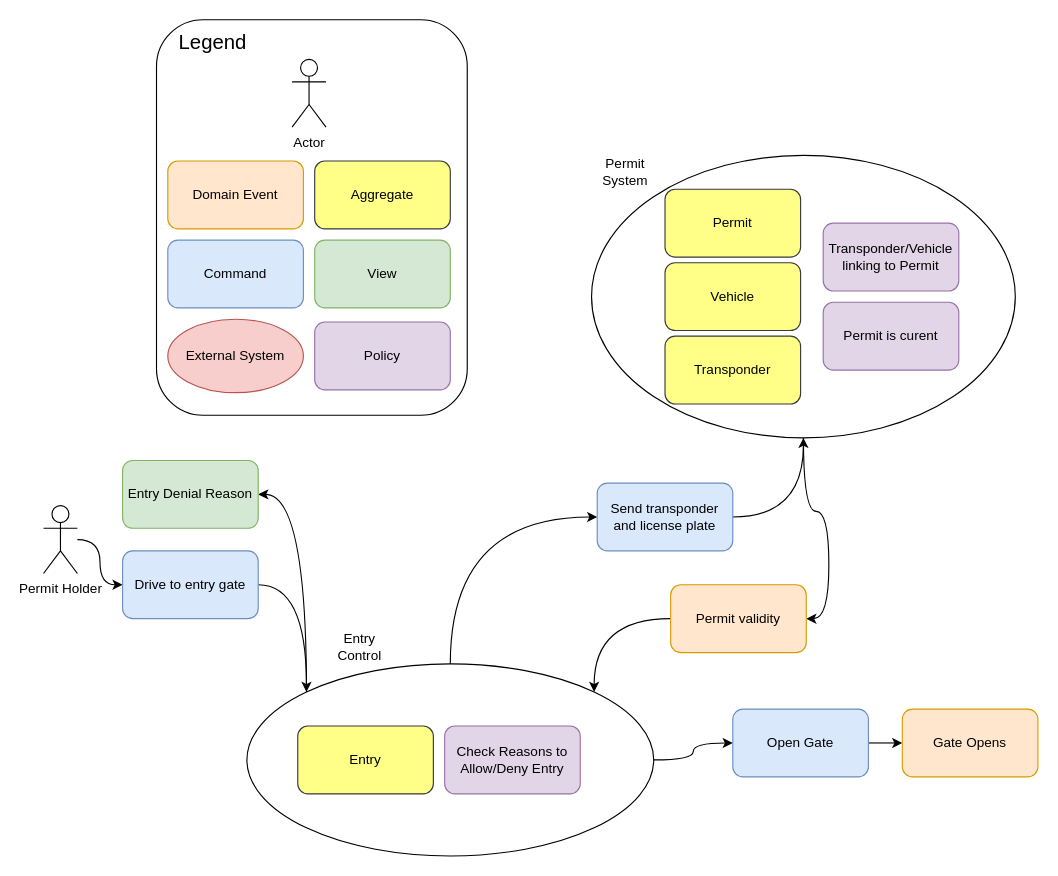
Earlier version of the draw.io diagram Actualmvp.drawio (harwoodr/drawio). Source tidied: cells renumbered, new cells numbered last; positions are measured from the earlier drawing's top-left corner, leaving out a move shared by most shapes. Both pictures are drawn from the tidied source at 113%, with x=0, y=0 at pixel (43, 19).
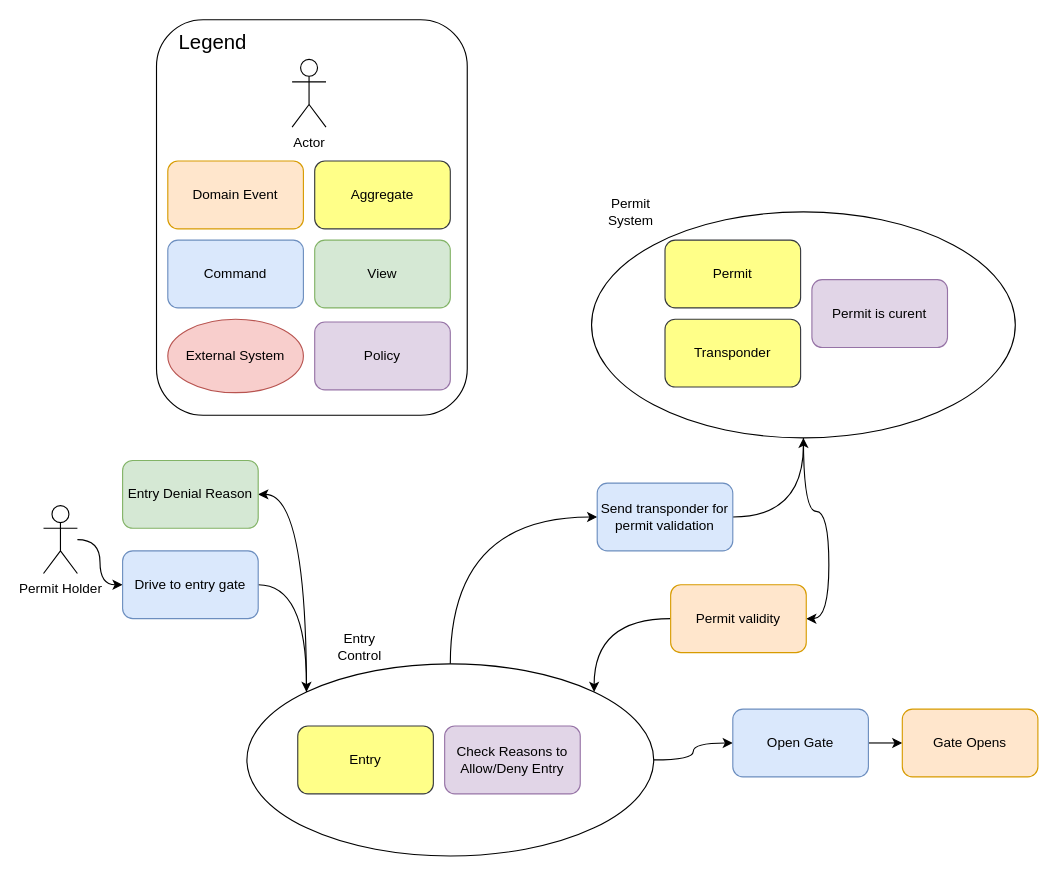
Above is the later version.

The edit, as a diff of the source:
```diff
@@
     <mxCell id="3" style="ellipse;whiteSpace=wrap;html=1;fillColor=none;rounded=1;" parent="1" vertex="1">
-      <mxGeometry x="485" y="120" width="375" height="250" as="geometry" />
+      <mxGeometry x="485" y="170" width="375" height="200" as="geometry" />
     </mxCell>
@@
-    <mxCell id="17" value="Send transponder and license plate" style="rounded=1;whiteSpace=wrap;html=1;fillColor=#dae8fc;strokeColor=#6c8ebf;" parent="1" vertex="1">
+    <mxCell id="17" value="Send transponder for permit validation" style="rounded=1;whiteSpace=wrap;html=1;fillColor=#dae8fc;strokeColor=#6c8ebf;" parent="1" vertex="1">
       <mxGeometry x="490" y="410" width="120" height="60" as="geometry" />
     </mxCell>
@@
     <mxCell id="20" value="Permit" style="rounded=1;whiteSpace=wrap;html=1;fillColor=#ffff88;strokeColor=#36393d;" parent="1" vertex="1">
-      <mxGeometry x="550" y="150" width="120" height="60" as="geometry" />
+      <mxGeometry x="550" y="195" width="120" height="60" as="geometry" />
     </mxCell>
@@
-    <mxCell id="22" value="Transponder/Vehicle linking to Permit" style="rounded=1;whiteSpace=wrap;html=1;fillColor=#e1d5e7;strokeColor=#9673a6;" parent="1" vertex="1">
-      <mxGeometry x="690" y="180" width="120" height="60" as="geometry" />
-    </mxCell>
@@
-    <mxCell id="25" value="&lt;div&gt;Vehicle&lt;/div&gt;" style="rounded=1;whiteSpace=wrap;html=1;fillColor=#ffff88;strokeColor=#36393d;" parent="1" vertex="1">
-      <mxGeometry x="550" y="215" width="120" height="60" as="geometry" />
-    </mxCell>
     <mxCell id="26" value="Transponder" style="rounded=1;whiteSpace=wrap;html=1;fillColor=#ffff88;strokeColor=#36393d;" parent="1" vertex="1">
-      <mxGeometry x="550" y="280" width="120" height="60" as="geometry" />
+      <mxGeometry x="550" y="265" width="120" height="60" as="geometry" />
     </mxCell>
     <mxCell id="27" value="Permit is curent" style="rounded=1;whiteSpace=wrap;html=1;fillColor=#e1d5e7;strokeColor=#9673a6;" parent="1" vertex="1">
-      <mxGeometry x="690" y="250" width="120" height="60" as="geometry" />
+      <mxGeometry x="680" y="230" width="120" height="60" as="geometry" />
     </mxCell>
     <mxCell id="28" value="Permit System" style="text;html=1;align=center;verticalAlign=middle;whiteSpace=wrap;rounded=0;" parent="1" vertex="1">
-      <mxGeometry x="485" y="120" width="60" height="30" as="geometry" />
+      <mxGeometry x="490" y="155" width="60" height="30" as="geometry" />
     </mxCell>
```
